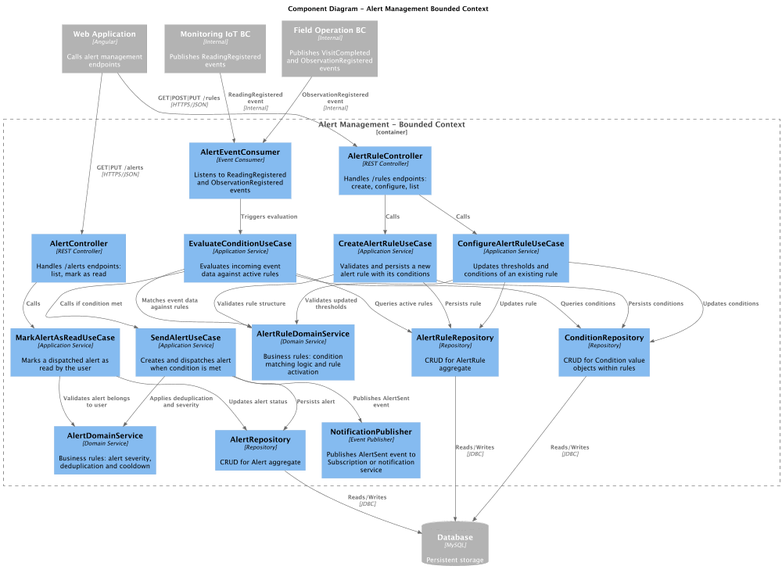
The PlantUML diagram docs/Arquitecture/img/ComponentDiagramAlerts.png in upc-pre-202610-1asi0729-11881-greenspot/kampo-report, before a commit.
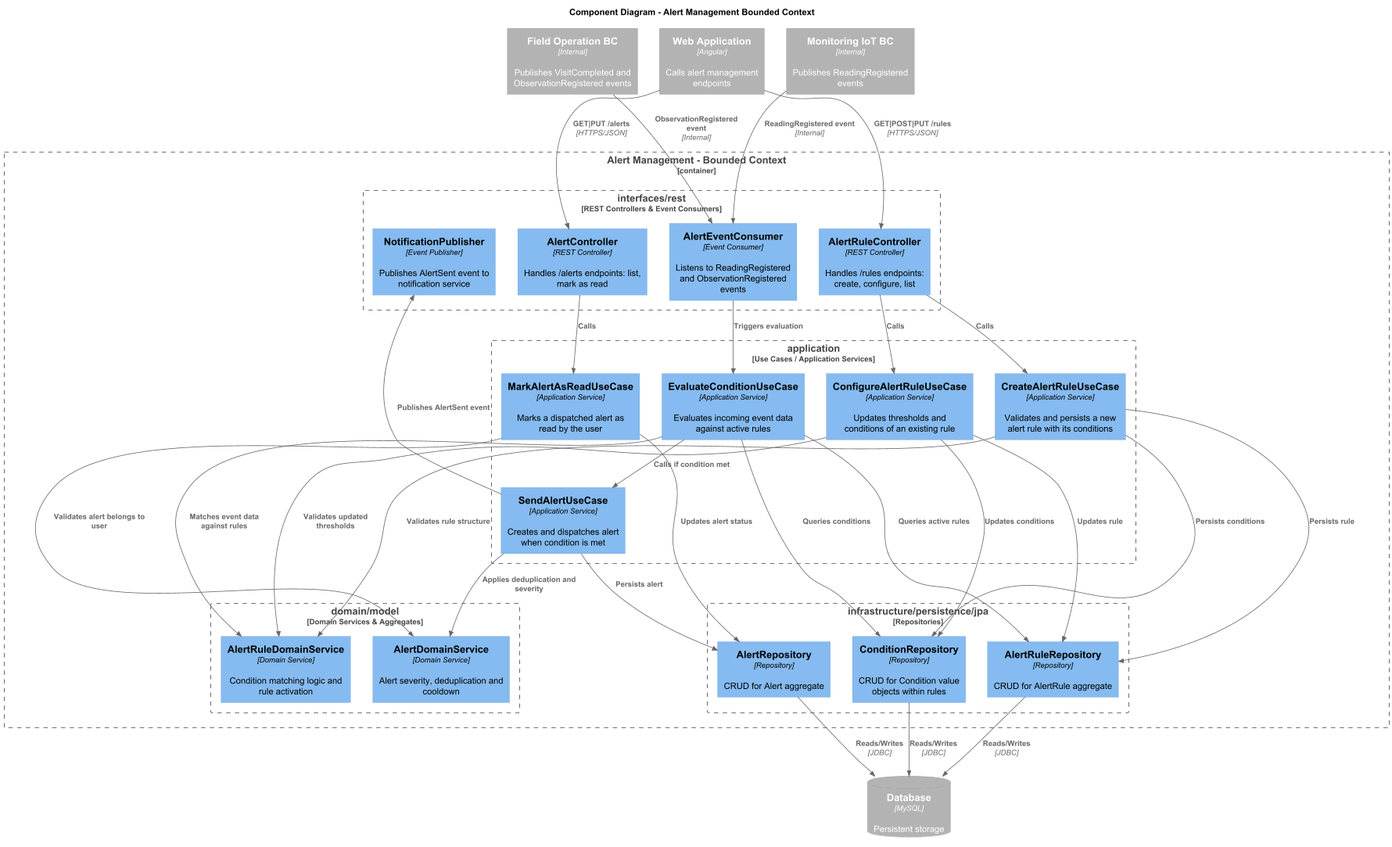
Above is the later version.

Change to the diagram source:
```diff
@@ -13,59 +13,62 @@
 
 Container_Boundary(alertBC, "Alert Management - Bounded Context") {
 
-    Component(ruleController,    "AlertRuleController",       "REST Controller",     "Handles /rules endpoints: create, configure, list")
-    Component(alertController,   "AlertController",           "REST Controller",     "Handles /alerts endpoints: list, mark as read")
+    Boundary(interfaces, "interfaces/rest", "REST Controllers & Event Consumers") {
+        Component(ruleController,  "AlertRuleController",  "REST Controller", "Handles /rules endpoints: create, configure, list")
+        Component(alertController, "AlertController",      "REST Controller", "Handles /alerts endpoints: list, mark as read")
+        Component(eventConsumer,   "AlertEventConsumer",   "Event Consumer",  "Listens to ReadingRegistered and ObservationRegistered events")
+        Component(notificationPub, "NotificationPublisher","Event Publisher", "Publishes AlertSent event to notification service")
+    }
 
-    Component(createRuleUC,      "CreateAlertRuleUseCase",    "Application Service", "Validates and persists a new alert rule with its conditions")
-    Component(configureRuleUC,   "ConfigureAlertRuleUseCase", "Application Service", "Updates thresholds and conditions of an existing rule")
-    Component(evaluateCondUC,    "EvaluateConditionUseCase",  "Application Service", "Evaluates incoming event data against active rules")
-    Component(sendAlertUC,       "SendAlertUseCase",          "Application Service", "Creates and dispatches alert when condition is met")
-    Component(markReadUC,        "MarkAlertAsReadUseCase",    "Application Service", "Marks a dispatched alert as read by the user")
+    Boundary(application, "application", "Use Cases / Application Services") {
+        Component(createRuleUC,   "CreateAlertRuleUseCase",    "Application Service", "Validates and persists a new alert rule with its conditions")
+        Component(configureRuleUC,"ConfigureAlertRuleUseCase", "Application Service", "Updates thresholds and conditions of an existing rule")
+        Component(evaluateCondUC, "EvaluateConditionUseCase",  "Application Service", "Evaluates incoming event data against active rules")
+        Component(sendAlertUC,    "SendAlertUseCase",          "Application Service", "Creates and dispatches alert when condition is met")
+        Component(markReadUC,     "MarkAlertAsReadUseCase",    "Application Service", "Marks a dispatched alert as read by the user")
+    }
 
-    Component(ruleDomainSvc,     "AlertRuleDomainService",    "Domain Service",      "Business rules: condition matching logic and rule activation")
-    Component(alertDomainSvc,    "AlertDomainService",        "Domain Service",      "Business rules: alert severity, deduplication and cooldown")
+    Boundary(domain, "domain/model", "Domain Services & Aggregates") {
+        Component(ruleDomainSvc,  "AlertRuleDomainService", "Domain Service", "Condition matching logic and rule activation")
+        Component(alertDomainSvc, "AlertDomainService",     "Domain Service", "Alert severity, deduplication and cooldown")
+    }
 
-    Component(ruleRepo,          "AlertRuleRepository",       "Repository",          "CRUD for AlertRule aggregate")
-    Component(conditionRepo,     "ConditionRepository",       "Repository",          "CRUD for Condition value objects within rules")
-    Component(alertRepo,         "AlertRepository",           "Repository",          "CRUD for Alert aggregate")
-
-    Component(eventConsumer,     "AlertEventConsumer",        "Event Consumer",      "Listens to ReadingRegistered and ObservationRegistered events")
-    Component(notificationPub,   "NotificationPublisher",     "Event Publisher",     "Publishes AlertSent event to Subscription or notification service")
+    Boundary(infrastructure, "infrastructure/persistence/jpa", "Repositories") {
+        Component(ruleRepo,      "AlertRuleRepository", "Repository", "CRUD for AlertRule aggregate")
+        Component(conditionRepo, "ConditionRepository", "Repository", "CRUD for Condition value objects within rules")
+        Component(alertRepo,     "AlertRepository",     "Repository", "CRUD for Alert aggregate")
+    }
 }
 
-Rel(spa, ruleController,  "GET|POST|PUT /rules",   "HTTPS/JSON")
-Rel(spa, alertController, "GET|PUT /alerts",        "HTTPS/JSON")
-
-Rel(monitoringBC, eventConsumer, "ReadingRegistered event",       "Internal")
-Rel(fieldOpBC,    eventConsumer, "ObservationRegistered event",   "Internal")
+Rel(spa,          ruleController,  "GET|POST|PUT /rules",         "HTTPS/JSON")
+Rel(spa,          alertController, "GET|PUT /alerts",             "HTTPS/JSON")
+Rel(monitoringBC, eventConsumer,   "ReadingRegistered event",     "Internal")
+Rel(fieldOpBC,    eventConsumer,   "ObservationRegistered event", "Internal")
 
 Rel(ruleController,  createRuleUC,   "Calls")
 Rel(ruleController,  configureRuleUC,"Calls")
 Rel(alertController, markReadUC,     "Calls")
-
 Rel(eventConsumer,   evaluateCondUC, "Triggers evaluation")
 
 Rel(createRuleUC,    ruleDomainSvc,  "Validates rule structure")
+Rel(configureRuleUC, ruleDomainSvc,  "Validates updated thresholds")
+Rel(evaluateCondUC,  ruleDomainSvc,  "Matches event data against rules")
+Rel(sendAlertUC,     alertDomainSvc, "Applies deduplication and severity")
+Rel(markReadUC,      alertDomainSvc, "Validates alert belongs to user")
+
 Rel(createRuleUC,    ruleRepo,       "Persists rule")
 Rel(createRuleUC,    conditionRepo,  "Persists conditions")
-Rel(configureRuleUC, ruleDomainSvc,  "Validates updated thresholds")
 Rel(configureRuleUC, ruleRepo,       "Updates rule")
 Rel(configureRuleUC, conditionRepo,  "Updates conditions")
-
-Rel(evaluateCondUC,  ruleDomainSvc,  "Matches event data against rules")
 Rel(evaluateCondUC,  ruleRepo,       "Queries active rules")
 Rel(evaluateCondUC,  conditionRepo,  "Queries conditions")
 Rel(evaluateCondUC,  sendAlertUC,    "Calls if condition met")
-
-Rel(sendAlertUC,     alertDomainSvc, "Applies deduplication and severity")
 Rel(sendAlertUC,     alertRepo,      "Persists alert")
 Rel(sendAlertUC,     notificationPub,"Publishes AlertSent event")
-
-Rel(markReadUC,      alertDomainSvc, "Validates alert belongs to user")
 Rel(markReadUC,      alertRepo,      "Updates alert status")
 
-Rel(ruleRepo,        db, "Reads/Writes", "JDBC")
-Rel(conditionRepo,   db, "Reads/Writes", "JDBC")
-Rel(alertRepo,       db, "Reads/Writes", "JDBC")
+Rel(ruleRepo,      db, "Reads/Writes", "JDBC")
+Rel(conditionRepo, db, "Reads/Writes", "JDBC")
+Rel(alertRepo,     db, "Reads/Writes", "JDBC")
 
 @enduml
```
